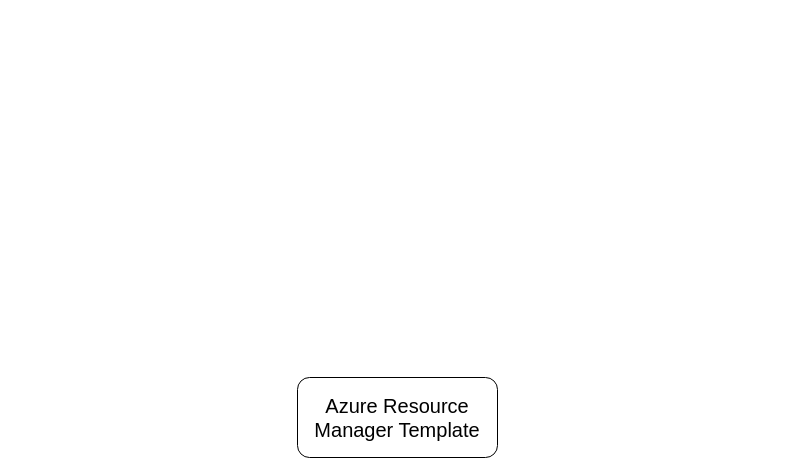
The draw.io diagram page "ARM Template Overview" (6 of 10) of Cloud/Azure/Azure Governance & Security.drawio in FilledVaccum/MindMaps, before the edit. Source tidied: cells renumbered, new cells numbered last; positions are measured from the earlier drawing's top-left corner, leaving out a move shared by most shapes. Both pictures are drawn from the tidied source at 100%, with x=0, y=0 at pixel (297, 377).
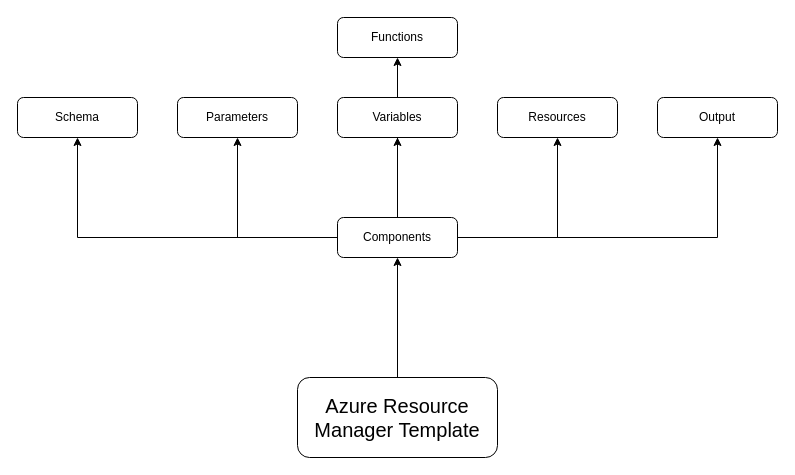
Above is the later version.

The edit, as a diff of the source:
```diff
@@
 <mxGraphModel>
   <root>
     <mxCell id="0" />
     <mxCell id="1" parent="0" />
+    <mxCell id="3" style="edgeStyle=orthogonalEdgeStyle;rounded=0;jettySize=auto;html=1;" parent="1" edge="1" source="2" target="10">
+      <mxGeometry relative="1" as="geometry" />
+    </mxCell>
     <mxCell id="2" value="&lt;font style=&quot;font-size: 20px;&quot;&gt;Azure Resource Manager Template&lt;/font&gt;" style="rounded=1;whiteSpace=wrap;html=1;" parent="1" vertex="1">
       <mxGeometry width="200" height="80" as="geometry" />
     </mxCell>
+    <mxCell id="4" style="edgeStyle=orthogonalEdgeStyle;rounded=0;jettySize=auto;html=1;" parent="1" edge="1" source="10" target="11">
+      <mxGeometry relative="1" as="geometry" />
+    </mxCell>
+    <mxCell id="5" style="edgeStyle=orthogonalEdgeStyle;rounded=0;jettySize=auto;html=1;" parent="1" edge="1" source="10" target="13">
+      <mxGeometry relative="1" as="geometry" />
+    </mxCell>
+    <mxCell id="6" style="edgeStyle=orthogonalEdgeStyle;rounded=0;jettySize=auto;html=1;entryX=0.5;entryY=1;entryDx=0;entryDy=0;" parent="1" edge="1" source="10" target="12">
+      <mxGeometry relative="1" as="geometry" />
+    </mxCell>
+    <mxCell id="7" style="edgeStyle=orthogonalEdgeStyle;rounded=0;jettySize=auto;html=1;entryX=0.5;entryY=1;entryDx=0;entryDy=0;" parent="1" edge="1" source="10" target="14">
+      <mxGeometry relative="1" as="geometry" />
+    </mxCell>
+    <mxCell id="8" style="edgeStyle=orthogonalEdgeStyle;rounded=0;jettySize=auto;html=1;" parent="1" edge="1" source="10" target="15">
+      <mxGeometry relative="1" as="geometry" />
+    </mxCell>
+    <mxCell id="9" style="edgeStyle=orthogonalEdgeStyle;rounded=0;jettySize=auto;html=1;" parent="1" edge="1" source="10" target="16">
+      <mxGeometry relative="1" as="geometry" />
+    </mxCell>
+    <mxCell id="10" value="Components" style="whiteSpace=wrap;html=1;rounded=1;" parent="1" vertex="1">
+      <mxGeometry x="40" y="-160" width="120" height="40" as="geometry" />
+    </mxCell>
+    <mxCell id="11" value="Schema" style="whiteSpace=wrap;html=1;rounded=1;" parent="1" vertex="1">
+      <mxGeometry x="-280" y="-280" width="120" height="40" as="geometry" />
+    </mxCell>
+    <mxCell id="12" value="Parameters" style="whiteSpace=wrap;html=1;rounded=1;" parent="1" vertex="1">
+      <mxGeometry x="-120" y="-280" width="120" height="40" as="geometry" />
+    </mxCell>
+    <mxCell id="13" value="Variables" style="whiteSpace=wrap;html=1;rounded=1;" parent="1" vertex="1">
+      <mxGeometry x="40" y="-280" width="120" height="40" as="geometry" />
+    </mxCell>
+    <mxCell id="14" value="Resources" style="whiteSpace=wrap;html=1;rounded=1;" parent="1" vertex="1">
+      <mxGeometry x="200" y="-280" width="120" height="40" as="geometry" />
+    </mxCell>
+    <mxCell id="15" value="Output" style="whiteSpace=wrap;html=1;rounded=1;" parent="1" vertex="1">
+      <mxGeometry x="360" y="-280" width="120" height="40" as="geometry" />
+    </mxCell>
+    <mxCell id="16" value="Functions" style="whiteSpace=wrap;html=1;rounded=1;" parent="1" vertex="1">
+      <mxGeometry x="40" y="-360" width="120" height="40" as="geometry" />
+    </mxCell>
   </root>
 </mxGraphModel>
```
